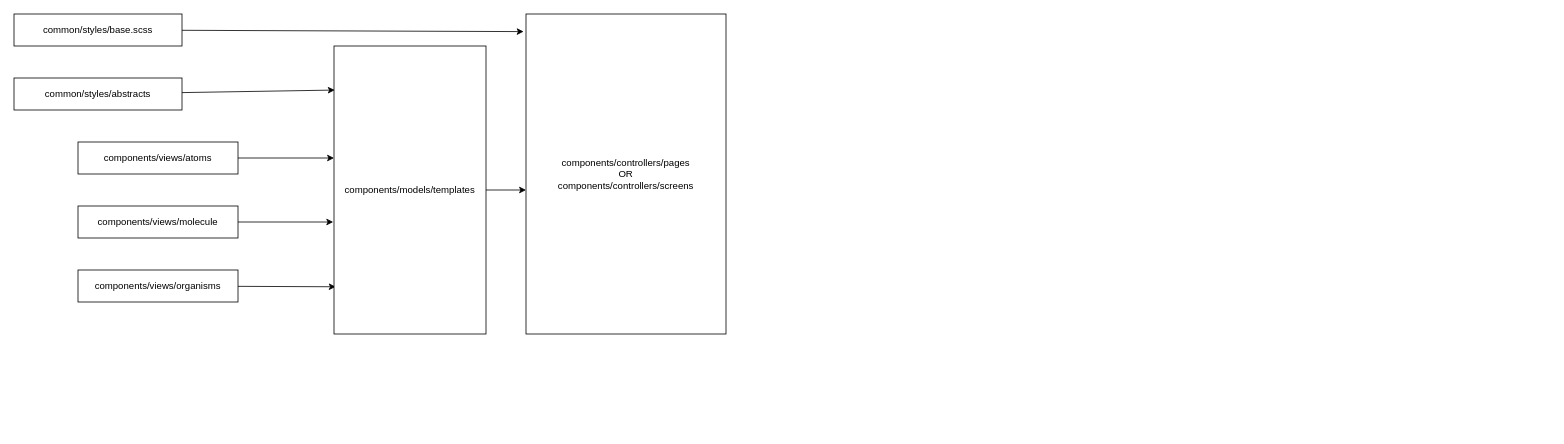
Before: source/app/ui/src/components/import-architetcure.drawio in paulAlexSerban/project-boilerplate, a draw.io diagram. Source tidied: cells renumbered, new cells numbered last; positions are measured from the earlier drawing's top-left corner, leaving out a move shared by most shapes. Both pictures are drawn from the tidied source at 80%, with x=0, y=0 at pixel (14, 14).
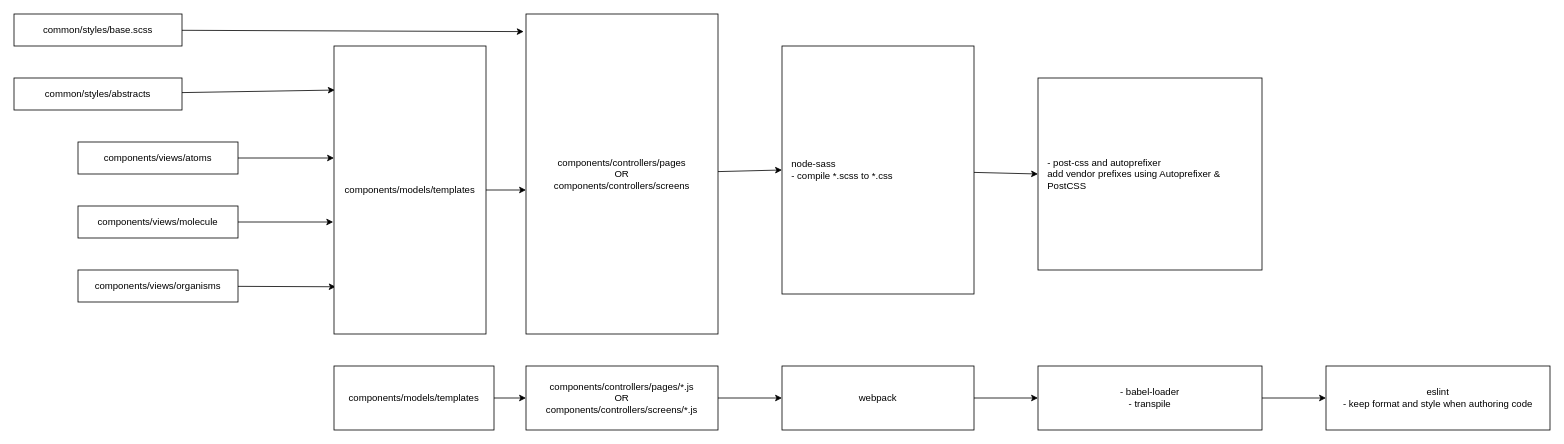
The same page after the edit.

Change to the diagram source:
```diff
@@
+    <mxCell id="15" style="edgeStyle=none;html=1;entryX=0;entryY=0.5;entryDx=0;entryDy=0;" parent="1" edge="1" source="14" target="19">
+      <mxGeometry relative="1" as="geometry" />
+    </mxCell>
     <mxCell id="14" value="components/controllers/pages&lt;br&gt;OR&lt;br&gt;components/controllers/screens" style="whiteSpace=wrap;html=1;verticalAlign=middle;horizontal=1;" parent="1" vertex="1">
-      <mxGeometry x="640" width="250" height="400" as="geometry" />
+      <mxGeometry x="640" width="240" height="400" as="geometry" />
     </mxCell>
+    <mxCell id="16" style="edgeStyle=none;html=1;entryX=0;entryY=0.5;entryDx=0;entryDy=0;" parent="1" edge="1" source="17" target="24">
+      <mxGeometry relative="1" as="geometry" />
+    </mxCell>
+    <mxCell id="17" value="components/controllers/pages/*.js&lt;br&gt;OR&lt;br&gt;components/controllers/screens/*.js" style="rounded=0;whiteSpace=wrap;html=1;" parent="1" vertex="1">
+      <mxGeometry x="640" y="440" width="240" height="80" as="geometry" />
+    </mxCell>
+    <mxCell id="18" style="edgeStyle=none;html=1;entryX=0;entryY=0.5;entryDx=0;entryDy=0;" parent="1" edge="1" source="19" target="20">
+      <mxGeometry relative="1" as="geometry" />
+    </mxCell>
+    <mxCell id="19" value="node-sass&lt;br&gt;&lt;div style=&quot;&quot;&gt;&lt;span&gt;- compile *.scss to *.css&lt;/span&gt;&lt;/div&gt;" style="rounded=0;whiteSpace=wrap;html=1;align=left;spacingLeft=10;" parent="1" vertex="1">
+      <mxGeometry x="960" y="40" width="240" height="310" as="geometry" />
+    </mxCell>
+    <mxCell id="20" value="&lt;span&gt;- post-css and autoprefixer&lt;br&gt;add vendor prefixes using Autoprefixer &amp;amp; PostCSS&lt;/span&gt;" style="rounded=0;whiteSpace=wrap;html=1;align=left;spacingLeft=10;" parent="1" vertex="1">
+      <mxGeometry x="1280" y="80" width="280" height="240" as="geometry" />
+    </mxCell>
+    <mxCell id="21" style="edgeStyle=none;html=1;entryX=0;entryY=0.5;entryDx=0;entryDy=0;" parent="1" edge="1" source="22" target="17">
+      <mxGeometry relative="1" as="geometry" />
+    </mxCell>
+    <mxCell id="22" value="components/models/templates" style="rounded=0;whiteSpace=wrap;html=1;" parent="1" vertex="1">
+      <mxGeometry x="400" y="440" width="200" height="80" as="geometry" />
+    </mxCell>
+    <mxCell id="23" style="edgeStyle=none;html=1;entryX=0;entryY=0.5;entryDx=0;entryDy=0;" parent="1" edge="1" source="24" target="27">
+      <mxGeometry relative="1" as="geometry" />
+    </mxCell>
+    <mxCell id="24" value="webpack" style="rounded=0;whiteSpace=wrap;html=1;" parent="1" vertex="1">
+      <mxGeometry x="960" y="440" width="240" height="80" as="geometry" />
+    </mxCell>
+    <mxCell id="25" value="&lt;span style=&quot;text-align: left&quot;&gt;eslint&lt;/span&gt;&lt;br style=&quot;text-align: left&quot;&gt;&lt;span style=&quot;text-align: left&quot;&gt;-&amp;nbsp;keep format and style when authoring code&lt;/span&gt;" style="rounded=0;whiteSpace=wrap;html=1;" parent="1" vertex="1">
+      <mxGeometry x="1640" y="440" width="280" height="80" as="geometry" />
+    </mxCell>
+    <mxCell id="26" style="edgeStyle=none;html=1;entryX=0;entryY=0.5;entryDx=0;entryDy=0;" parent="1" edge="1" source="27" target="25">
+      <mxGeometry relative="1" as="geometry" />
+    </mxCell>
+    <mxCell id="27" value="- babel-loader&lt;br&gt;- transpile" style="rounded=0;whiteSpace=wrap;html=1;" parent="1" vertex="1">
+      <mxGeometry x="1280" y="440" width="280" height="80" as="geometry" />
+    </mxCell>
```
